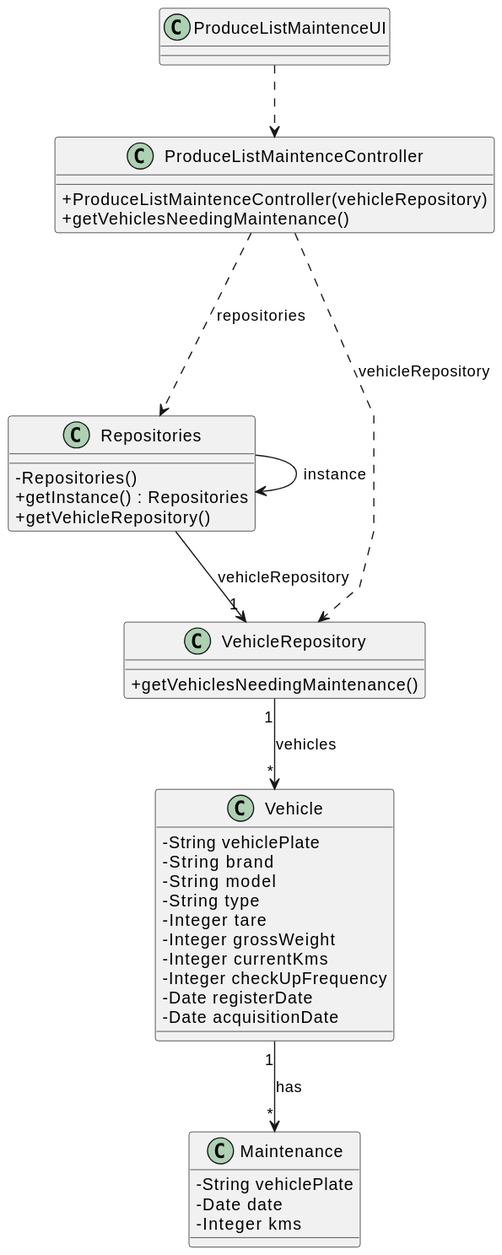
Before: docs/sprintB/us008/03.design/svg/us008-class-diagram.svg, a diagram exported from PlantUML (Departamento-de-Engenharia-Informatica/lei-24-s2-1dm-g132). Source of this version:
```plantuml
@startuml
skinparam packageStyle rectangle
skinparam shadowing false
skinparam linetype polyline

skinparam classAttributeIconSize 0


class Vehicle {
  - String vehiclePlate
  - String brand
  - String model
  - String type
  - Integer tare
  - Integer grossWeight
  - Integer currentKms
  - Integer checkUpFrequency
  - Date registerDate
  - Date acquisitionDate
}

class Maintenance {
    - String vehiclePlate
    - Date date
    - Integer kms
}

class ProduceListMaintenceUI {
}

class ProduceListMaintenceController {
    + ProduceListMaintenceController(vehicleRepository)
    + getVehiclesNeedingMaintenance()
}

class Repositories {
    - Repositories()
    + getInstance() : Repositories
    + getVehicleRepository()
}

class VehicleRepository {
    + getVehiclesNeedingMaintenance()
}


Repositories -> Repositories : instance
Repositories --> "1" VehicleRepository: vehicleRepository
ProduceListMaintenceController ...> Repositories: repositories
ProduceListMaintenceController ..> VehicleRepository: vehicleRepository

ProduceListMaintenceUI ..> ProduceListMaintenceController
Vehicle "1" --> "*" Maintenance : has

VehicleRepository "1" --> "*" Vehicle : vehicles
@enduml
```
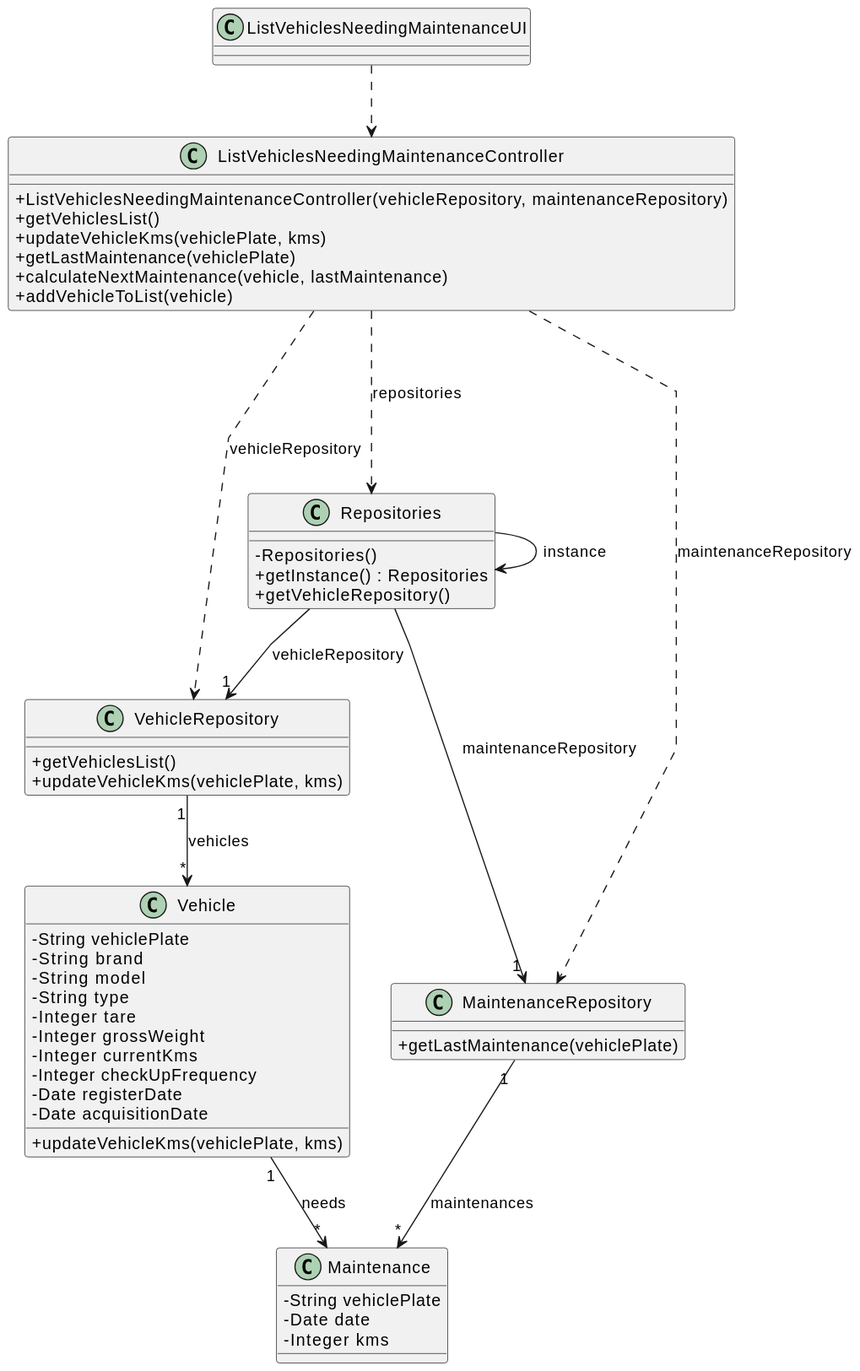
Above is the later version.

Commit message:
US08 updated class diagram

Diff of the diagram source:
```diff
@@ -17,6 +17,7 @@
   - Integer checkUpFrequency
   - Date registerDate
   - Date acquisitionDate
+  + updateVehicleKms(vehiclePlate, kms)
 }
 
 class Maintenance {
@@ -25,12 +26,17 @@
     - Integer kms
 }
 
-class ProduceListMaintenceUI {
+class ListVehiclesNeedingMaintenanceUI {
 }
 
-class ProduceListMaintenceController {
-    + ProduceListMaintenceController(vehicleRepository)
-    + getVehiclesNeedingMaintenance()
+class ListVehiclesNeedingMaintenanceController {
+    + ListVehiclesNeedingMaintenanceController(vehicleRepository, maintenanceRepository)
+    + getVehiclesList()
+    + updateVehicleKms(vehiclePlate, kms)
+    + getLastMaintenance(vehiclePlate)
+    + calculateNextMaintenance(vehicle, lastMaintenance)
+    + addVehicleToList(vehicle)
+
 }
 
 class Repositories {
@@ -40,17 +46,25 @@
 }
 
 class VehicleRepository {
-    + getVehiclesNeedingMaintenance()
+    + getVehiclesList()
+    + updateVehicleKms(vehiclePlate, kms)
+}
+
+class MaintenanceRepository {
+    + getLastMaintenance(vehiclePlate)
 }
 
 
 Repositories -> Repositories : instance
 Repositories --> "1" VehicleRepository: vehicleRepository
-ProduceListMaintenceController ...> Repositories: repositories
-ProduceListMaintenceController ..> VehicleRepository: vehicleRepository
+Repositories ---> "1" MaintenanceRepository: maintenanceRepository
+ListVehiclesNeedingMaintenanceController ...> Repositories: repositories
+ListVehiclesNeedingMaintenanceController ..> VehicleRepository: vehicleRepository
+ListVehiclesNeedingMaintenanceController ...> MaintenanceRepository: maintenanceRepository
 
-ProduceListMaintenceUI ..> ProduceListMaintenceController
-Vehicle "1" --> "*" Maintenance : has
+ListVehiclesNeedingMaintenanceUI ..> ListVehiclesNeedingMaintenanceController
+Vehicle "1" --> "*" Maintenance : needs
 
 VehicleRepository "1" --> "*" Vehicle : vehicles
+MaintenanceRepository "1" --> "*" Maintenance : maintenances
 @enduml
```
